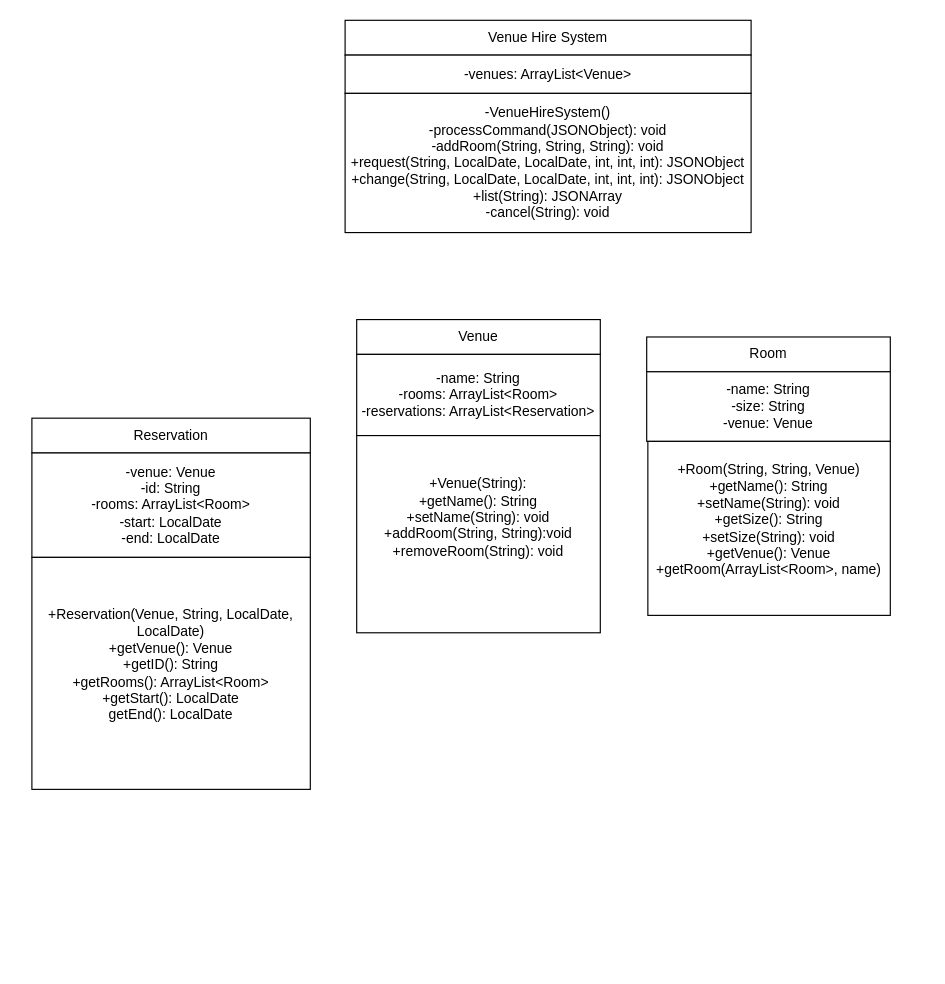
Earlier version of the draw.io diagram Venue_Ass1.drawio (Natural-Twenty/PracticeBookingSystem). Source tidied: cells renumbered, new cells numbered last; positions are measured from the earlier drawing's top-left corner, leaving out a move shared by most shapes. Both pictures are drawn from the tidied source at 116%, with x=0, y=0 at pixel (31, 20).
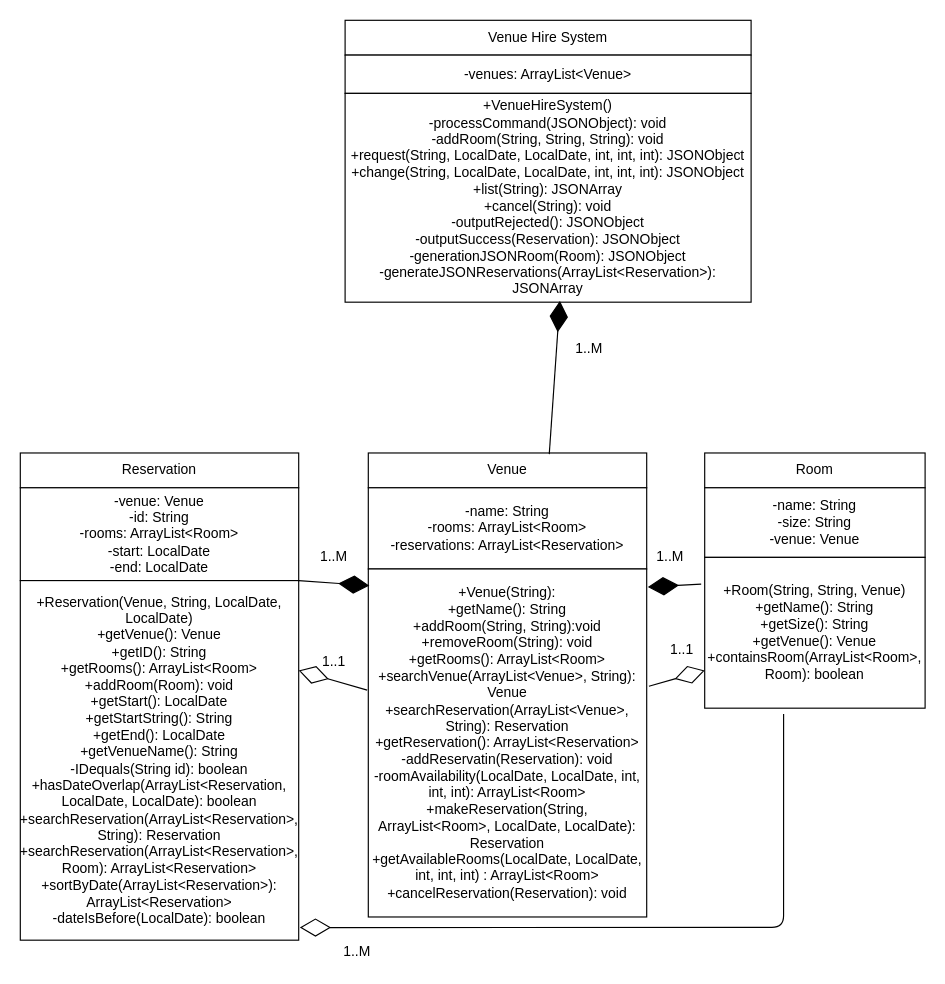
The same diagram, later.

Commit message (it also covers changes not shown here):
Removed unused methods and exported UML as pdf

Diff of the diagram source:
```diff
@@
     <mxCell id="2" value="Reservation" style="rounded=0;whiteSpace=wrap;html=1;" parent="1" vertex="1">
-      <mxGeometry y="343" width="240" height="30" as="geometry" />
+      <mxGeometry x="-10" y="373" width="240" height="30" as="geometry" />
     </mxCell>
     <mxCell id="3" value="Room" style="rounded=0;whiteSpace=wrap;html=1;" parent="1" vertex="1">
-      <mxGeometry x="530" y="273" width="210" height="30" as="geometry" />
+      <mxGeometry x="580" y="373" width="190" height="30" as="geometry" />
     </mxCell>
@@
     <mxCell id="5" value="&lt;div&gt;Venue&lt;/div&gt;" style="rounded=0;whiteSpace=wrap;html=1;" parent="1" vertex="1">
-      <mxGeometry x="280" y="258" width="210" height="30" as="geometry" />
+      <mxGeometry x="290" y="373" width="240" height="30" as="geometry" />
     </mxCell>
@@
-    <mxCell id="7" value="&lt;div&gt;-VenueHireSystem()&lt;br&gt;&lt;/div&gt;&lt;div&gt;-processCommand(JSONObject): void&lt;/div&gt;&lt;div&gt;-addRoom(String, String, String): void&lt;/div&gt;&lt;div&gt;+request(String, LocalDate, LocalDate, int, int, int): JSONObject&lt;/div&gt;&lt;div&gt;+change(String, LocalDate, LocalDate, int, int, int): JSONObject&lt;br&gt;&lt;/div&gt;&lt;div&gt;+list(String): JSONArray&lt;/div&gt;&lt;div&gt;-cancel(String): void&lt;br&gt;&lt;/div&gt;" style="rounded=0;whiteSpace=wrap;html=1;" parent="1" vertex="1">
-      <mxGeometry x="270" y="63" width="350" height="120" as="geometry" />
+    <mxCell id="7" value="&lt;div&gt;+VenueHireSystem()&lt;br&gt;&lt;/div&gt;&lt;div&gt;-processCommand(JSONObject): void&lt;/div&gt;&lt;div&gt;-addRoom(String, String, String): void&lt;/div&gt;&lt;div&gt;+request(String, LocalDate, LocalDate, int, int, int): JSONObject&lt;/div&gt;&lt;div&gt;+change(String, LocalDate, LocalDate, int, int, int): JSONObject&lt;br&gt;&lt;/div&gt;&lt;div&gt;+list(String): JSONArray&lt;/div&gt;&lt;div&gt;+cancel(String): void&lt;/div&gt;&lt;div&gt;-outputRejected(): JSONObject&lt;/div&gt;&lt;div&gt;-outputSuccess(Reservation): JSONObject&lt;br&gt;&lt;/div&gt;&lt;div&gt;-generationJSONRoom(Room): JSONObject&lt;/div&gt;&lt;div&gt;-generateJSONReservations(ArrayList&amp;lt;Reservation&amp;gt;): JSONArray&lt;br&gt;&lt;/div&gt;" style="rounded=0;whiteSpace=wrap;html=1;" parent="1" vertex="1">
+      <mxGeometry x="270" y="63" width="350" height="180" as="geometry" />
     </mxCell>
     <mxCell id="8" value="&lt;div&gt;-name: String&lt;/div&gt;&lt;div&gt;-size: String&lt;/div&gt;&lt;div&gt;-venue: Venue&lt;br&gt;&lt;/div&gt;" style="rounded=0;whiteSpace=wrap;html=1;" parent="1" vertex="1">
-      <mxGeometry x="530" y="303" width="210" height="60" as="geometry" />
+      <mxGeometry x="580" y="403" width="190" height="60" as="geometry" />
     </mxCell>
-    <mxCell id="9" value="&lt;div&gt;+Room(String, String, Venue)&lt;br&gt;&lt;/div&gt;&lt;div&gt;+getName(): String&lt;/div&gt;&lt;div&gt;+setName(String): void&lt;br&gt;&lt;/div&gt;&lt;div&gt;+getSize(): String&lt;/div&gt;&lt;div&gt;+setSize(String): void&lt;/div&gt;&lt;div&gt;+getVenue(): Venue&lt;br&gt;&lt;/div&gt;&lt;div&gt;+getRoom(ArrayList&amp;lt;Room&amp;gt;, name)&lt;/div&gt;&lt;div&gt;&lt;br&gt;&lt;/div&gt;" style="rounded=0;whiteSpace=wrap;html=1;" parent="1" vertex="1">
-      <mxGeometry x="531" y="363" width="209" height="150" as="geometry" />
+    <mxCell id="9" value="&lt;div&gt;+Room(String, String, Venue)&lt;br&gt;&lt;/div&gt;&lt;div&gt;+getName(): String&lt;/div&gt;&lt;div&gt;+getSize(): String&lt;/div&gt;&lt;div&gt;+getVenue(): Venue&lt;br&gt;&lt;/div&gt;&lt;div&gt;+containsRoom(ArrayList&amp;lt;Room&amp;gt;, Room): boolean&lt;br&gt;&lt;/div&gt;" style="rounded=0;whiteSpace=wrap;html=1;" parent="1" vertex="1">
+      <mxGeometry x="580" y="463" width="190" height="130" as="geometry" />
     </mxCell>
     <mxCell id="10" value="&lt;div&gt;-name: String&lt;/div&gt;&lt;div&gt;-rooms: ArrayList&amp;lt;Room&amp;gt;&lt;/div&gt;&lt;div&gt;-reservations: ArrayList&amp;lt;Reservation&amp;gt;&lt;/div&gt;" style="rounded=0;whiteSpace=wrap;html=1;" parent="1" vertex="1">
-      <mxGeometry x="280" y="288" width="210" height="70" as="geometry" />
+      <mxGeometry x="290" y="403" width="240" height="70" as="geometry" />
     </mxCell>
-    <mxCell id="11" value="&lt;div&gt;+Venue(String):&lt;/div&gt;&lt;div&gt;+getName(): String&lt;/div&gt;&lt;div&gt;+setName(String): void&lt;br&gt;&lt;/div&gt;&lt;div&gt;+addRoom(String, String):void&lt;/div&gt;&lt;div&gt;+removeRoom(String): void&lt;/div&gt;&lt;div&gt;&lt;br&gt;&lt;/div&gt;&lt;div&gt;&lt;br&gt;&lt;/div&gt;" style="rounded=0;whiteSpace=wrap;html=1;" parent="1" vertex="1">
-      <mxGeometry x="280" y="358" width="210" height="170" as="geometry" />
+    <mxCell id="11" value="&lt;div&gt;+Venue(String):&lt;/div&gt;&lt;div&gt;+getName(): String&lt;/div&gt;&lt;div&gt;+addRoom(String, String):void&lt;/div&gt;&lt;div&gt;+removeRoom(String): void&lt;/div&gt;&lt;div&gt;+getRooms(): ArrayList&amp;lt;Room&amp;gt;&lt;br&gt;&lt;/div&gt;&lt;div&gt;+searchVenue(ArrayList&amp;lt;Venue&amp;gt;, String): Venue&lt;/div&gt;&lt;div&gt;+searchReservation(ArrayList&amp;lt;Venue&amp;gt;, String): Reservation&lt;br&gt;&lt;/div&gt;&lt;div&gt;+getReservation(): ArrayList&amp;lt;Reservation&amp;gt;&lt;/div&gt;&lt;div&gt;-addReservatin(Reservation): void&lt;br&gt;&lt;/div&gt;&lt;div&gt;-roomAvailability(LocalDate, LocalDate, int, int, int): ArrayList&amp;lt;Room&amp;gt;&lt;br&gt;&lt;/div&gt;&lt;div&gt;+makeReservation(String, ArrayList&amp;lt;Room&amp;gt;, LocalDate, LocalDate): Reservation&lt;/div&gt;&lt;div&gt;+getAvailableRooms(LocalDate, LocalDate, int, int, int) : ArrayList&amp;lt;Room&amp;gt;&lt;br&gt;&lt;/div&gt;&lt;div&gt;+cancelReservation(Reservation): void&lt;br&gt;&lt;/div&gt;" style="rounded=0;whiteSpace=wrap;html=1;" parent="1" vertex="1">
+      <mxGeometry x="290" y="473" width="240" height="300" as="geometry" />
     </mxCell>
     <mxCell id="12" value="&lt;div&gt;-venue: Venue&lt;/div&gt;&lt;div&gt;-id: String&lt;/div&gt;&lt;div&gt;-rooms: ArrayList&amp;lt;Room&amp;gt;&lt;/div&gt;&lt;div&gt;-start: LocalDate&lt;/div&gt;&lt;div&gt;-end: LocalDate&lt;br&gt;&lt;/div&gt;" style="rounded=0;whiteSpace=wrap;html=1;" parent="1" vertex="1">
-      <mxGeometry y="373" width="240" height="90" as="geometry" />
+      <mxGeometry x="-10" y="403" width="240" height="80" as="geometry" />
     </mxCell>
-    <mxCell id="13" value="&lt;div&gt;+Reservation(Venue, String, LocalDate, LocalDate)&lt;/div&gt;&lt;div&gt;+getVenue(): Venue&lt;/div&gt;&lt;div&gt;+getID(): String&lt;/div&gt;&lt;div&gt;+getRooms(): ArrayList&amp;lt;Room&amp;gt;&lt;/div&gt;&lt;div&gt;+getStart(): LocalDate&lt;/div&gt;&lt;div&gt;getEnd(): LocalDate&lt;/div&gt;&lt;div&gt;&lt;br&gt;&lt;/div&gt;" style="rounded=0;whiteSpace=wrap;html=1;" parent="1" vertex="1">
-      <mxGeometry y="463" width="240" height="200" as="geometry" />
+    <mxCell id="13" value="&lt;div&gt;+Reservation(Venue, String, LocalDate, LocalDate)&lt;/div&gt;&lt;div&gt;+getVenue(): Venue&lt;/div&gt;&lt;div&gt;+getID(): String&lt;/div&gt;&lt;div&gt;+getRooms(): ArrayList&amp;lt;Room&amp;gt;&lt;/div&gt;&lt;div&gt;+addRoom(Room): void&lt;br&gt;&lt;/div&gt;&lt;div&gt;+getStart(): LocalDate&lt;/div&gt;&lt;div&gt;+getStartString(): String&lt;br&gt;&lt;/div&gt;&lt;div&gt;+getEnd(): LocalDate&lt;/div&gt;&lt;div&gt;+getVenueName(): String&lt;/div&gt;&lt;div&gt;-IDequals(String id): boolean&lt;br&gt;&lt;/div&gt;&lt;div&gt;+hasDateOverlap(ArrayList&amp;lt;Reservation, LocalDate, LocalDate): boolean&lt;/div&gt;&lt;div&gt;+searchReservation(ArrayList&amp;lt;Reservation&amp;gt;, String): Reservation&lt;/div&gt;&lt;div&gt;+searchReservation(ArrayList&amp;lt;Reservation&amp;gt;, Room): ArrayList&amp;lt;Reservation&amp;gt;&lt;/div&gt;&lt;div&gt;+sortByDate(ArrayList&amp;lt;Reservation&amp;gt;): ArrayList&amp;lt;Reservation&amp;gt;&lt;br&gt;&lt;/div&gt;&lt;div&gt;-dateIsBefore(LocalDate): boolean&lt;br&gt;&lt;/div&gt;" style="rounded=0;whiteSpace=wrap;html=1;" parent="1" vertex="1">
+      <mxGeometry x="-10" y="483" width="240" height="310" as="geometry" />
     </mxCell>
+    <mxCell id="14" style="endArrow=diamondThin;endFill=1;endSize=24;html=1;entryX=0.529;entryY=0.994;entryDx=0;entryDy=0;exitX=0.65;exitY=0.033;exitDx=0;exitDy=0;exitPerimeter=0;entryPerimeter=0;" parent="1" edge="1" source="5" target="7">
+      <mxGeometry relative="1" as="geometry" />
+    </mxCell>
+    <mxCell id="15" value="1..M" style="text;html=1;align=center;verticalAlign=middle;" parent="1" vertex="1">
+      <mxGeometry x="460" y="273" width="40" height="20" as="geometry" />
+    </mxCell>
+    <mxCell id="16" style="endArrow=diamondThin;endFill=1;endSize=24;html=1;entryX=0.004;entryY=0.048;entryDx=0;entryDy=0;entryPerimeter=0;exitX=1;exitY=0;exitDx=0;exitDy=0;" parent="1" edge="1" source="13" target="11">
+      <mxGeometry relative="1" as="geometry" />
+    </mxCell>
+    <mxCell id="17" style="endArrow=diamondThin;endFill=1;endSize=24;html=1;entryX=1.004;entryY=0.052;entryDx=0;entryDy=0;entryPerimeter=0;exitX=-0.016;exitY=0.177;exitDx=0;exitDy=0;exitPerimeter=0;" parent="1" edge="1" source="9" target="11">
+      <mxGeometry relative="1" as="geometry" />
+    </mxCell>
+    <mxCell id="18" value="1..M" style="text;html=1;align=center;verticalAlign=middle;" parent="1" vertex="1">
+      <mxGeometry x="240" y="453" width="40" height="20" as="geometry" />
+    </mxCell>
+    <mxCell id="19" value="1..M" style="text;html=1;align=center;verticalAlign=middle;" parent="1" vertex="1">
+      <mxGeometry x="530" y="453" width="40" height="20" as="geometry" />
+    </mxCell>
+    <mxCell id="20" style="endArrow=diamondThin;endFill=0;endSize=24;html=1;entryX=1;entryY=0.25;entryDx=0;entryDy=0;exitX=-0.004;exitY=0.348;exitDx=0;exitDy=0;exitPerimeter=0;" parent="1" edge="1" source="11" target="13">
+      <mxGeometry relative="1" as="geometry" />
+    </mxCell>
+    <mxCell id="21" value="1..1" style="text;html=1;align=center;verticalAlign=middle;" parent="1" vertex="1">
+      <mxGeometry x="240" y="543" width="40" height="20" as="geometry" />
+    </mxCell>
+    <mxCell id="22" style="endArrow=diamondThin;endFill=0;endSize=24;html=1;entryX=1.004;entryY=0.965;entryDx=0;entryDy=0;entryPerimeter=0;exitX=0.358;exitY=1.038;exitDx=0;exitDy=0;exitPerimeter=0;" parent="1" edge="1" source="9" target="13">
+      <mxGeometry relative="1" as="geometry">
+        <Array as="points">
+          <mxPoint x="648" y="782" />
+        </Array>
+      </mxGeometry>
+    </mxCell>
+    <mxCell id="23" value="1..M" style="text;html=1;align=center;verticalAlign=middle;" parent="1" vertex="1">
+      <mxGeometry x="260" y="793" width="40" height="20" as="geometry" />
+    </mxCell>
+    <mxCell id="24" style="endArrow=diamondThin;endFill=0;endSize=24;html=1;entryX=0;entryY=0.75;entryDx=0;entryDy=0;exitX=1.008;exitY=0.337;exitDx=0;exitDy=0;exitPerimeter=0;" parent="1" edge="1" source="11" target="9">
+      <mxGeometry relative="1" as="geometry" />
+    </mxCell>
+    <mxCell id="25" value="1..1" style="text;html=1;align=center;verticalAlign=middle;" parent="1" vertex="1">
+      <mxGeometry x="540" y="533" width="40" height="20" as="geometry" />
+    </mxCell>
```
